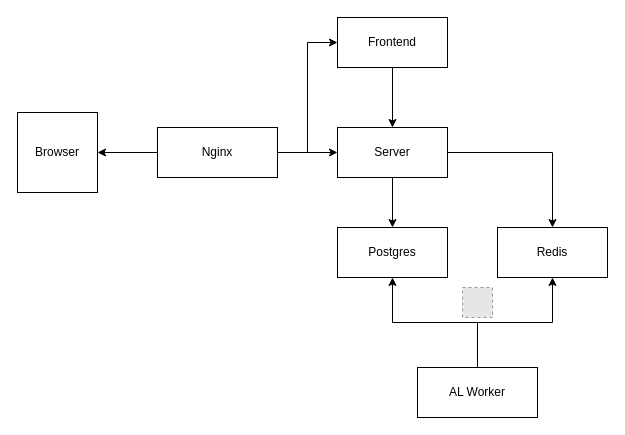
Above: services.drawio in jns-br/LabelForward (draw.io), before the change. Source tidied: cells renumbered, new cells numbered last; positions are measured from the earlier drawing's top-left corner, leaving out a move shared by most shapes. Both pictures are drawn from the tidied source at 100%, with x=0, y=0 at pixel (17, 17). Pictures stored in the file or linked from it are replaced by grey dashed boxes.
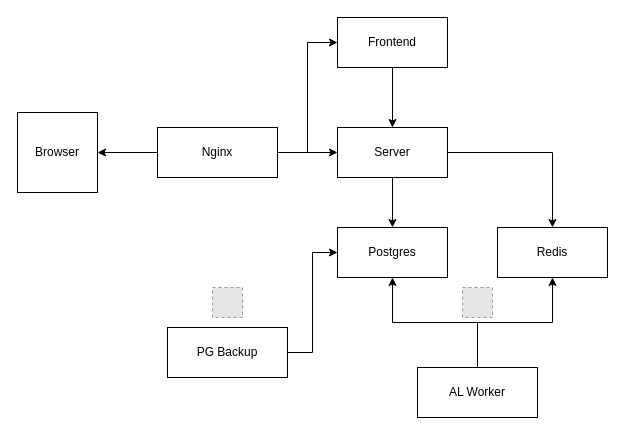
The same diagram, later.

Unchanged cells that the change refers to:
```xml
<mxCell id="11" value="Postgres" style="rounded=0;whiteSpace=wrap;html=1;" parent="1" vertex="1">
  <mxGeometry x="320" y="210" width="110" height="50" as="geometry" />
</mxCell>
```

What changed in the source:
```diff
@@
+    <mxCell id="18" style="edgeStyle=orthogonalEdgeStyle;rounded=0;jettySize=auto;html=1;entryX=0;entryY=0.5;entryDx=0;entryDy=0;" parent="1" edge="1" source="19" target="11">
+      <mxGeometry relative="1" as="geometry" />
+    </mxCell>
+    <mxCell id="19" value="PG Backup" style="rounded=0;whiteSpace=wrap;html=1;" parent="1" vertex="1">
+      <mxGeometry x="150" y="310" width="120" height="50" as="geometry" />
+    </mxCell>
+    <mxCell id="20" style="fillColor=#E6E6E6;strokeColor=#999999;dashed=1;html=1;verticalAlign=top;verticalLabelPosition=bottom;labelBackgroundColor=#ffffff;" parent="1" vertex="1">
+      <mxGeometry x="195" y="270" width="30" height="30" as="geometry" />
+    </mxCell>
```
